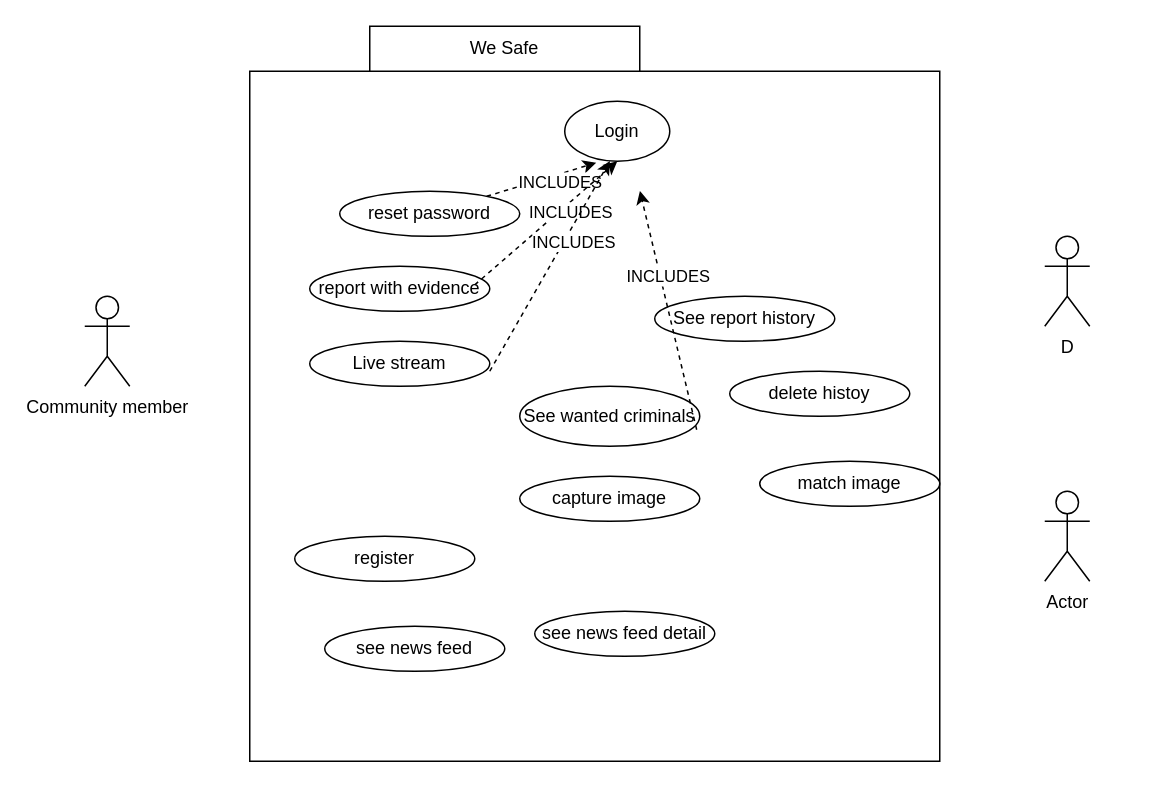
Before: Untitled Diagram.drawio in GetachewTebikew/getach1, a draw.io diagram. Source tidied: cells renumbered, new cells numbered last; positions are measured from the earlier drawing's top-left corner, leaving out a move shared by most shapes. Both pictures are drawn from the tidied source at 150%, with x=0, y=0 at pixel (84, 26).
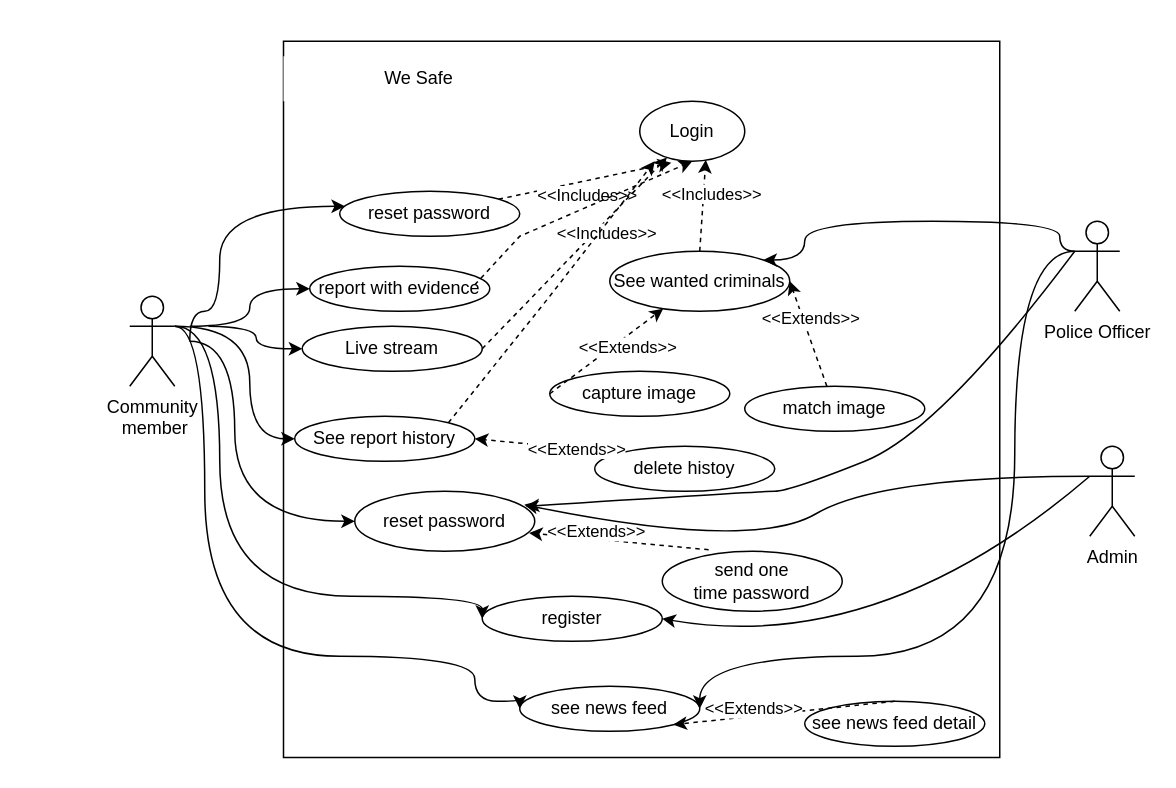
Above is the later version.

Unchanged cells that the change refers to:
```xml
<mxCell id="9" value="report with evidence" style="ellipse;whiteSpace=wrap;html=1;" parent="1" vertex="1">
  <mxGeometry x="150" y="160" width="120" height="30" as="geometry" />
</mxCell>
<mxCell id="11" style="edgeStyle=none;rounded=0;jettySize=auto;html=1;entryX=0.3;entryY=1.025;entryDx=0;entryDy=0;entryPerimeter=0;dashed=1;" parent="1" edge="1" source="13" target="6">
  <mxGeometry relative="1" as="geometry" />
</mxCell>
<mxCell id="13" value="reset password" style="ellipse;whiteSpace=wrap;html=1;" parent="1" vertex="1">
  <mxGeometry x="170" y="110" width="120" height="30" as="geometry" />
</mxCell>
```

Change to the diagram source:
```diff
@@
-    <mxCell id="2" value="Community member" style="shape=umlActor;verticalLabelPosition=bottom;verticalAlign=top;html=1;" parent="1" vertex="1">
-      <mxGeometry y="180" width="30" height="60" as="geometry" />
+    <mxCell id="2" value="Community&lt;br&gt;&amp;nbsp;member" style="shape=umlActor;verticalLabelPosition=bottom;verticalAlign=top;html=1;" parent="1" vertex="1">
+      <mxGeometry x="30" y="180" width="30" height="60" as="geometry" />
     </mxCell>
-    <mxCell id="3" value="D" style="shape=umlActor;verticalLabelPosition=bottom;verticalAlign=top;html=1;outlineConnect=0;" parent="1" vertex="1">
-      <mxGeometry x="640" y="140" width="30" height="60" as="geometry" />
+    <mxCell id="3" value="Admin" style="shape=umlActor;verticalLabelPosition=bottom;verticalAlign=top;html=1;outlineConnect=0;" parent="1" vertex="1">
+      <mxGeometry x="670" y="280" width="30" height="60" as="geometry" />
     </mxCell>
-    <mxCell id="4" style="whiteSpace=wrap;html=1;" parent="1" vertex="1">
-      <mxGeometry x="110" y="30" width="460" height="460" as="geometry" />
+    <mxCell id="4" style="whiteSpace=wrap;html=1;fillColor=default;strokeColor=default;" parent="1" vertex="1">
+      <mxGeometry x="132.5" y="10" width="477.5" height="477.5" as="geometry" />
     </mxCell>
-    <mxCell id="5" value="We Safe" style="rounded=0;whiteSpace=wrap;html=1;" parent="1" vertex="1">
-      <mxGeometry x="190" width="180" height="30" as="geometry" />
+    <mxCell id="5" value="We Safe" style="rounded=0;whiteSpace=wrap;html=1;strokeColor=none;" parent="1" vertex="1">
+      <mxGeometry x="132.5" y="20" width="180" height="30" as="geometry" />
     </mxCell>
     <mxCell id="6" value="Login" style="ellipse;whiteSpace=wrap;html=1;" parent="1" vertex="1">
-      <mxGeometry x="320" y="50" width="70" height="40" as="geometry" />
+      <mxGeometry x="370" y="50" width="70" height="40" as="geometry" />
     </mxCell>
     <mxCell id="7" value="register" style="ellipse;whiteSpace=wrap;html=1;" parent="1" vertex="1">
-      <mxGeometry x="140" y="340" width="120" height="30" as="geometry" />
+      <mxGeometry x="265" y="380" width="120" height="30" as="geometry" />
     </mxCell>
-    <mxCell id="8" value="Actor" style="shape=umlActor;verticalLabelPosition=bottom;verticalAlign=top;html=1;outlineConnect=0;" parent="1" vertex="1">
-      <mxGeometry x="640" y="310" width="30" height="60" as="geometry" />
+    <mxCell id="8" value="Police Officer" style="shape=umlActor;verticalLabelPosition=bottom;verticalAlign=top;html=1;outlineConnect=0;" parent="1" vertex="1">
+      <mxGeometry x="660" y="130" width="30" height="60" as="geometry" />
     </mxCell>
@@
     <mxCell id="10" value="Live stream" style="ellipse;whiteSpace=wrap;html=1;" parent="1" vertex="1">
-      <mxGeometry x="150" y="210" width="120" height="30" as="geometry" />
+      <mxGeometry x="145" y="200" width="120" height="30" as="geometry" />
     </mxCell>
@@
-    <mxCell id="12" value="INCLUDES" style="edgeLabel;html=1;align=center;verticalAlign=middle;" parent="11" vertex="1">
-      <mxGeometry x="0.27" y="-5" relative="1" as="geometry" />
+    <mxCell id="12" value="&amp;lt;&amp;lt;Includes&amp;gt;&amp;gt;" style="edgeLabel;html=1;align=center;verticalAlign=middle;" parent="11" vertex="1">
+      <mxGeometry x="0.27" y="-5" relative="1" as="geometry">
+        <mxPoint x="-16" y="8" as="offset" />
+      </mxGeometry>
     </mxCell>
@@
     <mxCell id="14" value="see news feed" style="ellipse;whiteSpace=wrap;html=1;" parent="1" vertex="1">
-      <mxGeometry x="160" y="400" width="120" height="30" as="geometry" />
+      <mxGeometry x="290" y="440" width="120" height="30" as="geometry" />
     </mxCell>
     <mxCell id="15" value="See report history" style="ellipse;whiteSpace=wrap;html=1;" parent="1" vertex="1">
-      <mxGeometry x="380" y="180" width="120" height="30" as="geometry" />
+      <mxGeometry x="140" y="260" width="120" height="30" as="geometry" />
     </mxCell>
     <mxCell id="16" value="delete histoy" style="ellipse;whiteSpace=wrap;html=1;" parent="1" vertex="1">
-      <mxGeometry x="430" y="230" width="120" height="30" as="geometry" />
+      <mxGeometry x="340" y="280" width="120" height="30" as="geometry" />
     </mxCell>
     <mxCell id="17" value="See wanted criminals" style="ellipse;whiteSpace=wrap;html=1;" parent="1" vertex="1">
-      <mxGeometry x="290" y="240" width="120" height="40" as="geometry" />
+      <mxGeometry x="350" y="150" width="120" height="40" as="geometry" />
     </mxCell>
     <mxCell id="18" value="see news feed detail" style="ellipse;whiteSpace=wrap;html=1;" parent="1" vertex="1">
-      <mxGeometry x="300" y="390" width="120" height="30" as="geometry" />
+      <mxGeometry x="480" y="450" width="120" height="30" as="geometry" />
     </mxCell>
     <mxCell id="19" value="match image" style="ellipse;whiteSpace=wrap;html=1;" parent="1" vertex="1">
-      <mxGeometry x="450" y="290" width="120" height="30" as="geometry" />
+      <mxGeometry x="440" y="240" width="120" height="30" as="geometry" />
     </mxCell>
     <mxCell id="20" value="capture image" style="ellipse;whiteSpace=wrap;html=1;" parent="1" vertex="1">
-      <mxGeometry x="290" y="300" width="120" height="30" as="geometry" />
+      <mxGeometry x="310" y="230" width="120" height="30" as="geometry" />
     </mxCell>
     <mxCell id="21" style="edgeStyle=none;rounded=0;jettySize=auto;html=1;entryX=0.5;entryY=1;entryDx=0;entryDy=0;dashed=1;" parent="1" edge="1" target="6">
       <mxGeometry relative="1" as="geometry">
         <mxPoint x="260" y="172.4" as="sourcePoint" />
+        <Array as="points">
+          <mxPoint x="290" y="140" />
+        </Array>
       </mxGeometry>
     </mxCell>
-    <mxCell id="22" value="INCLUDES" style="edgeLabel;html=1;align=center;verticalAlign=middle;" parent="21" vertex="1">
-      <mxGeometry x="0.27" y="-5" relative="1" as="geometry" />
-    </mxCell>
-    <mxCell id="23" style="edgeStyle=none;rounded=0;jettySize=auto;html=1;entryX=0.522;entryY=0.13;entryDx=0;entryDy=0;entryPerimeter=0;dashed=1;" parent="1" edge="1" target="4">
-      <mxGeometry relative="1" as="geometry">
-        <mxPoint x="270" y="230" as="sourcePoint" />
-      </mxGeometry>
+    <mxCell id="23" style="edgeStyle=none;rounded=0;jettySize=auto;html=1;dashed=1;exitX=1;exitY=0.5;exitDx=0;exitDy=0;" parent="1" edge="1" source="10" target="6">
+      <mxGeometry relative="1" as="geometry" />
     </mxCell>
-    <mxCell id="24" value="INCLUDES" style="edgeLabel;html=1;align=center;verticalAlign=middle;" parent="23" vertex="1">
+    <mxCell id="24" value="&amp;lt;&amp;lt;Includes&amp;gt;&amp;gt;" style="edgeLabel;html=1;align=center;verticalAlign=middle;" parent="23" vertex="1">
       <mxGeometry x="0.27" y="-5" relative="1" as="geometry" />
     </mxCell>
-    <mxCell id="25" style="edgeStyle=none;rounded=0;jettySize=auto;html=1;entryX=0.522;entryY=0.13;entryDx=0;entryDy=0;entryPerimeter=0;dashed=1;exitX=0.983;exitY=0.725;exitDx=0;exitDy=0;exitPerimeter=0;" parent="1" edge="1" source="17">
-      <mxGeometry relative="1" as="geometry">
-        <mxPoint x="370.1" y="109.8" as="targetPoint" />
-      </mxGeometry>
+    <mxCell id="25" style="edgeStyle=none;rounded=0;jettySize=auto;html=1;dashed=1;entryX=1;entryY=0.5;entryDx=0;entryDy=0;" parent="1" edge="1" source="19" target="17">
+      <mxGeometry relative="1" as="geometry" />
     </mxCell>
-    <mxCell id="26" value="INCLUDES" style="edgeLabel;html=1;align=center;verticalAlign=middle;" parent="25" vertex="1">
+    <mxCell id="26" value="&amp;lt;&amp;lt;Extends&amp;gt;&amp;gt;" style="edgeLabel;html=1;align=center;verticalAlign=middle;" parent="25" vertex="1">
       <mxGeometry x="0.27" y="-5" relative="1" as="geometry" />
     </mxCell>
+    <mxCell id="27" style="edgeStyle=none;rounded=0;jettySize=auto;html=1;dashed=1;exitX=0;exitY=0.5;exitDx=0;exitDy=0;" parent="1" edge="1" source="20" target="17">
+      <mxGeometry relative="1" as="geometry" />
+    </mxCell>
+    <mxCell id="28" value="&amp;lt;&amp;lt;Extends&amp;gt;&amp;gt;" style="edgeLabel;html=1;align=center;verticalAlign=middle;" parent="27" vertex="1">
+      <mxGeometry x="0.27" y="-5" relative="1" as="geometry" />
+    </mxCell>
+    <mxCell id="29" style="edgeStyle=none;rounded=0;jettySize=auto;html=1;dashed=1;exitX=0.5;exitY=0;exitDx=0;exitDy=0;entryX=0.629;entryY=0.975;entryDx=0;entryDy=0;entryPerimeter=0;" parent="1" edge="1" source="17" target="6">
+      <mxGeometry relative="1" as="geometry" />
+    </mxCell>
+    <mxCell id="30" value="&amp;lt;&amp;lt;Includes&amp;gt;&amp;gt;" style="edgeLabel;html=1;align=center;verticalAlign=middle;" parent="29" vertex="1">
+      <mxGeometry x="0.27" y="-5" relative="1" as="geometry" />
+    </mxCell>
+    <mxCell id="31" style="edgeStyle=none;rounded=0;jettySize=auto;html=1;dashed=1;entryX=1;entryY=0.5;entryDx=0;entryDy=0;exitX=0;exitY=0;exitDx=0;exitDy=0;" parent="1" edge="1" source="16" target="15">
+      <mxGeometry relative="1" as="geometry" />
+    </mxCell>
+    <mxCell id="32" value="&amp;lt;&amp;lt;Extends&amp;gt;&amp;gt;" style="edgeLabel;html=1;align=center;verticalAlign=middle;" parent="31" vertex="1">
+      <mxGeometry x="-0.39" relative="1" as="geometry" />
+    </mxCell>
+    <mxCell id="33" style="edgeStyle=none;rounded=0;jettySize=auto;html=1;dashed=1;entryX=1;entryY=1;entryDx=0;entryDy=0;exitX=0.5;exitY=0;exitDx=0;exitDy=0;" parent="1" edge="1" source="18" target="14">
+      <mxGeometry relative="1" as="geometry" />
+    </mxCell>
+    <mxCell id="34" value="&amp;lt;&amp;lt;Extends&amp;gt;&amp;gt;" style="edgeLabel;html=1;align=center;verticalAlign=middle;" parent="33" vertex="1">
+      <mxGeometry x="0.27" y="-5" relative="1" as="geometry" />
+    </mxCell>
+    <mxCell id="35" style="endArrow=classic;html=1;rounded=0;edgeStyle=orthogonalEdgeStyle;curved=1;entryX=0;entryY=0.5;entryDx=0;entryDy=0;" parent="1" edge="1" target="14">
+      <mxGeometry relative="1" as="geometry">
+        <mxPoint x="60" y="200" as="sourcePoint" />
+        <Array as="points">
+          <mxPoint x="80" y="200" />
+          <mxPoint x="80" y="420" />
+          <mxPoint x="260" y="420" />
+          <mxPoint x="260" y="450" />
+          <mxPoint x="290" y="450" />
+        </Array>
+      </mxGeometry>
+    </mxCell>
+    <mxCell id="36" style="endArrow=classic;html=1;rounded=0;edgeStyle=orthogonalEdgeStyle;curved=1;entryX=0;entryY=0.5;entryDx=0;entryDy=0;" parent="1" edge="1" target="7">
+      <mxGeometry relative="1" as="geometry">
+        <mxPoint x="60" y="200" as="sourcePoint" />
+        <Array as="points">
+          <mxPoint x="90" y="200" />
+          <mxPoint x="90" y="380" />
+          <mxPoint x="265" y="380" />
+        </Array>
+      </mxGeometry>
+    </mxCell>
+    <mxCell id="37" style="endArrow=classic;html=1;rounded=0;curved=1;entryX=1;entryY=0.5;entryDx=0;entryDy=0;exitX=0;exitY=0.3333333333333333;exitDx=0;exitDy=0;exitPerimeter=0;" parent="1" edge="1" source="3" target="7">
+      <mxGeometry relative="1" as="geometry">
+        <Array as="points">
+          <mxPoint x="530" y="420" />
+        </Array>
+      </mxGeometry>
+    </mxCell>
+    <mxCell id="38" style="endArrow=classic;html=1;rounded=0;curved=1;edgeStyle=orthogonalEdgeStyle;entryX=0;entryY=0.5;entryDx=0;entryDy=0;" parent="1" edge="1" target="15">
+      <mxGeometry relative="1" as="geometry">
+        <mxPoint x="60" y="200" as="sourcePoint" />
+        <Array as="points">
+          <mxPoint x="110" y="200" />
+          <mxPoint x="110" y="275" />
+        </Array>
+      </mxGeometry>
+    </mxCell>
+    <mxCell id="39" style="edgeStyle=none;rounded=0;jettySize=auto;html=1;dashed=1;exitX=1;exitY=0;exitDx=0;exitDy=0;" parent="1" edge="1" source="15">
+      <mxGeometry relative="1" as="geometry">
+        <mxPoint x="380" y="90" as="targetPoint" />
+        <Array as="points">
+          <mxPoint x="310" y="180" />
+        </Array>
+      </mxGeometry>
+    </mxCell>
+    <mxCell id="40" style="endArrow=classic;html=1;rounded=0;curved=1;edgeStyle=orthogonalEdgeStyle;" parent="1" edge="1" target="13">
+      <mxGeometry relative="1" as="geometry">
+        <mxPoint x="70" y="210" as="sourcePoint" />
+        <Array as="points">
+          <mxPoint x="70" y="190" />
+          <mxPoint x="90" y="190" />
+          <mxPoint x="90" y="120" />
+        </Array>
+      </mxGeometry>
+    </mxCell>
+    <mxCell id="41" style="endArrow=classic;html=1;rounded=0;curved=1;edgeStyle=orthogonalEdgeStyle;entryX=0;entryY=0.5;entryDx=0;entryDy=0;" parent="1" edge="1" target="9">
+      <mxGeometry relative="1" as="geometry">
+        <mxPoint x="70" y="200" as="sourcePoint" />
+        <Array as="points">
+          <mxPoint x="110" y="200" />
+          <mxPoint x="110" y="175" />
+        </Array>
+      </mxGeometry>
+    </mxCell>
+    <mxCell id="42" style="endArrow=classic;html=1;rounded=0;edgeStyle=orthogonalEdgeStyle;curved=1;entryX=0;entryY=0.5;entryDx=0;entryDy=0;" parent="1" edge="1" target="10">
+      <mxGeometry relative="1" as="geometry">
+        <mxPoint x="82.5" y="200" as="sourcePoint" />
+      </mxGeometry>
+    </mxCell>
+    <mxCell id="43" style="endArrow=classic;html=1;rounded=0;curved=1;edgeStyle=orthogonalEdgeStyle;entryX=1;entryY=0;entryDx=0;entryDy=0;exitX=0;exitY=0.3333333333333333;exitDx=0;exitDy=0;exitPerimeter=0;" parent="1" edge="1" source="8" target="17">
+      <mxGeometry relative="1" as="geometry">
+        <Array as="points">
+          <mxPoint x="650" y="150" />
+          <mxPoint x="650" y="130" />
+          <mxPoint x="480" y="130" />
+          <mxPoint x="480" y="156" />
+        </Array>
+      </mxGeometry>
+    </mxCell>
+    <mxCell id="44" style="endArrow=classic;html=1;rounded=0;curved=1;edgeStyle=orthogonalEdgeStyle;entryX=1;entryY=0.5;entryDx=0;entryDy=0;exitX=0;exitY=0.3333333333333333;exitDx=0;exitDy=0;exitPerimeter=0;" parent="1" edge="1" source="8" target="14">
+      <mxGeometry relative="1" as="geometry">
+        <Array as="points">
+          <mxPoint x="620" y="150" />
+          <mxPoint x="620" y="420" />
+          <mxPoint x="410" y="420" />
+        </Array>
+      </mxGeometry>
+    </mxCell>
+    <mxCell id="45" value="reset password" style="ellipse;whiteSpace=wrap;html=1;strokeColor=default;fillColor=default;" parent="1" vertex="1">
+      <mxGeometry x="180" y="310" width="120" height="40" as="geometry" />
+    </mxCell>
+    <mxCell id="46" value="send one&lt;br&gt;time password" style="ellipse;whiteSpace=wrap;html=1;strokeColor=default;fillColor=default;" parent="1" vertex="1">
+      <mxGeometry x="385" y="350" width="120" height="40" as="geometry" />
+    </mxCell>
+    <mxCell id="47" style="endArrow=classic;html=1;rounded=0;curved=1;edgeStyle=orthogonalEdgeStyle;entryX=0;entryY=0.5;entryDx=0;entryDy=0;" parent="1" edge="1" target="45">
+      <mxGeometry relative="1" as="geometry">
+        <mxPoint x="70" y="210" as="sourcePoint" />
+        <Array as="points">
+          <mxPoint x="100" y="210" />
+          <mxPoint x="100" y="330" />
+        </Array>
+      </mxGeometry>
+    </mxCell>
+    <mxCell id="48" style="edgeStyle=none;rounded=0;jettySize=auto;html=1;dashed=1;entryX=1;entryY=1;entryDx=0;entryDy=0;exitX=0.258;exitY=-0.025;exitDx=0;exitDy=0;exitPerimeter=0;" parent="1" edge="1" source="46">
+      <mxGeometry relative="1" as="geometry">
+        <mxPoint x="296.2" y="337.8" as="targetPoint" />
+      </mxGeometry>
+    </mxCell>
+    <mxCell id="49" value="&amp;lt;&amp;lt;Extends&amp;gt;&amp;gt;" style="edgeLabel;html=1;align=center;verticalAlign=middle;" parent="48" vertex="1">
+      <mxGeometry x="0.27" y="-5" relative="1" as="geometry" />
+    </mxCell>
+    <mxCell id="50" style="endArrow=classic;html=1;rounded=0;curved=1;entryX=0.942;entryY=0.225;entryDx=0;entryDy=0;exitX=0;exitY=0.3333333333333333;exitDx=0;exitDy=0;exitPerimeter=0;entryPerimeter=0;" parent="1" edge="1" source="3" target="45">
+      <mxGeometry relative="1" as="geometry">
+        <Array as="points">
+          <mxPoint x="530" y="300" />
+          <mxPoint x="445" y="350" />
+        </Array>
+      </mxGeometry>
+    </mxCell>
+    <mxCell id="51" style="endArrow=classic;html=1;rounded=0;curved=1;entryX=0.95;entryY=0.25;entryDx=0;entryDy=0;entryPerimeter=0;" parent="1" edge="1" target="45">
+      <mxGeometry relative="1" as="geometry">
+        <mxPoint x="660" y="150" as="sourcePoint" />
+        <Array as="points">
+          <mxPoint x="570" y="270" />
+          <mxPoint x="470" y="310" />
+          <mxPoint x="450" y="310" />
+        </Array>
+      </mxGeometry>
+    </mxCell>
```
